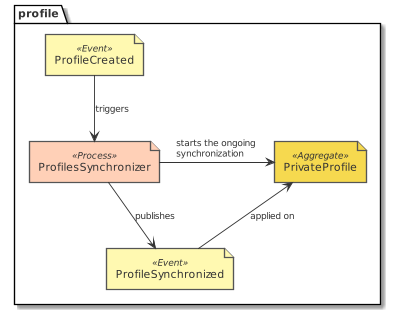
Earlier version of the PlantUML export paper/design_profile_eventstorming_synchronize_profiles.png (tmorin/dorders). Source of this version:
```plantuml
@startuml design_profile_eventstorming_synchronize_profiles
!include common.puml
!include ../.gdiag/plantuml-libs/eventstorming/eventstorming-all.puml
package profile {
  event('ProfileCreated')
  event('ProfileSynchronized')
  aggregate('PrivateProfile')
  process('ProfilesSynchronizer')
}

ProfileCreated -d-> ProfilesSynchronizer : triggers
ProfilesSynchronizer -r-> PrivateProfile : starts the ongoing synchronization
ProfilesSynchronizer --> ProfileSynchronized : publishes
ProfileSynchronized -u-> PrivateProfile : applied on
@enduml
```
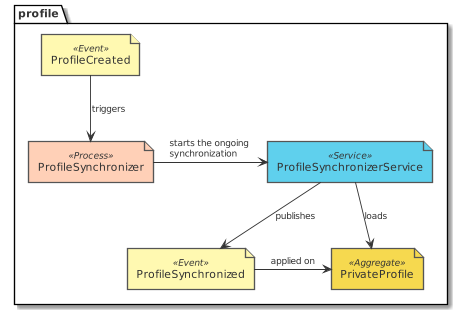
The same diagram one commit later.

Diff of the diagram source:
```diff
@@ -4,12 +4,14 @@
 package profile {
   event('ProfileCreated')
   event('ProfileSynchronized')
+  service('ProfileSynchronizerService')
   aggregate('PrivateProfile')
-  process('ProfilesSynchronizer')
+  process('ProfileSynchronizer')
 }
 
-ProfileCreated -d-> ProfilesSynchronizer : triggers
-ProfilesSynchronizer -r-> PrivateProfile : starts the ongoing synchronization
-ProfilesSynchronizer --> ProfileSynchronized : publishes
-ProfileSynchronized -u-> PrivateProfile : applied on
+ProfileCreated -d-> ProfileSynchronizer : triggers
+ProfileSynchronizer -r-> ProfileSynchronizerService : starts the ongoing synchronization
+ProfileSynchronizerService --> PrivateProfile : loads
+ProfileSynchronizerService --> ProfileSynchronized : publishes
+ProfileSynchronized -r-> PrivateProfile : applied on
 @enduml
```
